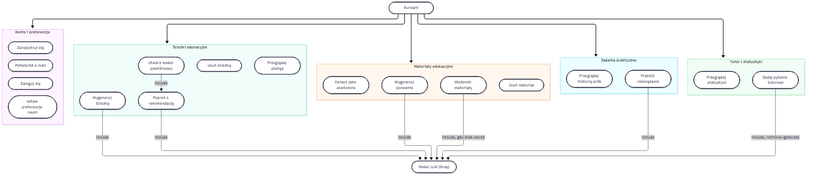
Above: docs/diagrams/uc-01_przypadki-uzycia.png in guzik1234/Bachelor-of-Engineering-Thesis (Mermaid), before the change. Its source is kept beside it as docs/diagrams/src/uc-01_przypadki-uzycia.mmd. Its diagram source:
```mermaid
flowchart TB
    Kursant(["Kursant"])
    LLM(["Model LLM (Groq)"])

    subgraph Konto["Konto i preferencje"]
        direction LR
        UC1(["Zarejestruj się"])
        UC2(["Potwierdź e-mail"])
        UC3(["Zaloguj się"])
        UC4(["Ustaw preferencje nauki"])
    end

    subgraph Sciezki["Ścieżki edukacyjne"]
        direction LR
        UC5(["Wygeneruj ścieżkę"])
        UC6(["Przeglądaj postęp"])
        UC7(["Usuń ścieżkę"])
        UC8(["Poproś o rekomendację"])
        UC9(["Utwórz moduł powtórkowy"])
    end

    subgraph Materialy["Materiały edukacyjne"]
        direction LR
        UC10(["Wyświetl materiały"])
        UC11(["Wygeneruj ponownie"])
        UC12(["Oznacz jako ukończone"])
        UC13(["Oceń materiał"])
    end

    subgraph Zadania["Zadania praktyczne"]
        direction LR
        UC14(["Prześlij rozwiązanie"])
        UC15(["Przeglądaj historię prób"])
    end

    subgraph Reszta["Tutor i statystyki"]
        direction LR
        UC16(["Zadaj pytanie tutorowi"])
        UC17(["Przeglądaj statystyki"])
    end

    Kursant --> Konto
    Kursant --> Sciezki
    Kursant --> Materialy
    Kursant --> Zadania
    Kursant --> Reszta

    UC5 -. "include" .-> LLM
    UC8 -. "include" .-> LLM
    UC9 -. "include" .-> UC8
    UC10 -. "include, gdy brak wersji" .-> LLM
    UC11 -. "include" .-> LLM
    UC14 -. "include" .-> LLM
    UC16 -. "include, retrieve+generate" .-> LLM
```
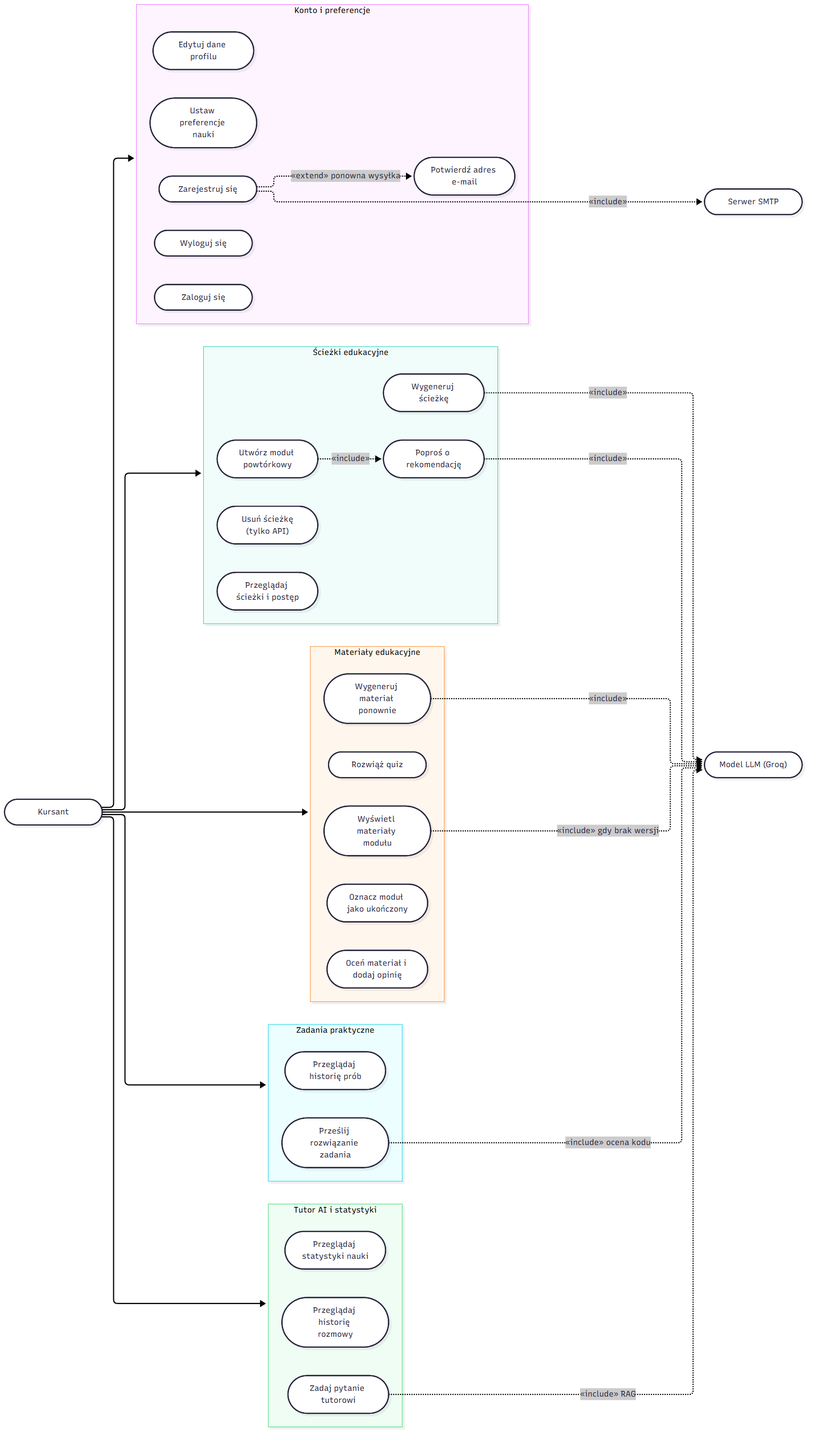
After the change.

Change to the diagram source:
```diff
@@ -1,42 +1,42 @@
-flowchart TB
+flowchart LR
     Kursant(["Kursant"])
     LLM(["Model LLM (Groq)"])
+    Mail(["Serwer SMTP"])
 
     subgraph Konto["Konto i preferencje"]
-        direction LR
         UC1(["Zarejestruj się"])
-        UC2(["Potwierdź e-mail"])
+        UC2(["Potwierdź adres e-mail"])
         UC3(["Zaloguj się"])
-        UC4(["Ustaw preferencje nauki"])
+        UC4(["Wyloguj się"])
+        UC5(["Edytuj dane profilu"])
+        UC6(["Ustaw preferencje nauki"])
     end
 
     subgraph Sciezki["Ścieżki edukacyjne"]
-        direction LR
-        UC5(["Wygeneruj ścieżkę"])
-        UC6(["Przeglądaj postęp"])
-        UC7(["Usuń ścieżkę"])
-        UC8(["Poproś o rekomendację"])
-        UC9(["Utwórz moduł powtórkowy"])
+        UC7(["Wygeneruj ścieżkę"])
+        UC8(["Przeglądaj ścieżki i postęp"])
+        UC9(["Usuń ścieżkę<br/>(tylko API)"])
+        UC10(["Poproś o rekomendację"])
+        UC11(["Utwórz moduł powtórkowy"])
     end
 
     subgraph Materialy["Materiały edukacyjne"]
-        direction LR
-        UC10(["Wyświetl materiały"])
-        UC11(["Wygeneruj ponownie"])
-        UC12(["Oznacz jako ukończone"])
-        UC13(["Oceń materiał"])
+        UC12(["Wyświetl materiały modułu"])
+        UC13(["Wygeneruj materiał ponownie"])
+        UC14(["Rozwiąż quiz"])
+        UC15(["Oceń materiał i dodaj opinię"])
+        UC16(["Oznacz moduł jako ukończony"])
     end
 
     subgraph Zadania["Zadania praktyczne"]
-        direction LR
-        UC14(["Prześlij rozwiązanie"])
-        UC15(["Przeglądaj historię prób"])
+        UC17(["Prześlij rozwiązanie zadania"])
+        UC18(["Przeglądaj historię prób"])
     end
 
-    subgraph Reszta["Tutor i statystyki"]
-        direction LR
-        UC16(["Zadaj pytanie tutorowi"])
-        UC17(["Przeglądaj statystyki"])
+    subgraph Reszta["Tutor AI i statystyki"]
+        UC19(["Zadaj pytanie tutorowi"])
+        UC20(["Przeglądaj historię rozmowy"])
+        UC21(["Przeglądaj statystyki nauki"])
     end
 
     Kursant --> Konto
@@ -45,10 +45,12 @@
     Kursant --> Zadania
     Kursant --> Reszta
 
-    UC5 -. "include" .-> LLM
-    UC8 -. "include" .-> LLM
-    UC9 -. "include" .-> UC8
-    UC10 -. "include, gdy brak wersji" .-> LLM
-    UC11 -. "include" .-> LLM
-    UC14 -. "include" .-> LLM
-    UC16 -. "include, retrieve+generate" .-> LLM
+    UC1 -. "«include»" .-> Mail
+    UC1 -. "«extend» ponowna wysyłka" .-> UC2
+    UC7 -. "«include»" .-> LLM
+    UC10 -. "«include»" .-> LLM
+    UC11 -. "«include»" .-> UC10
+    UC12 -. "«include» gdy brak wersji" .-> LLM
+    UC13 -. "«include»" .-> LLM
+    UC17 -. "«include» ocena kodu" .-> LLM
+    UC19 -. "«include» RAG" .-> LLM
```
